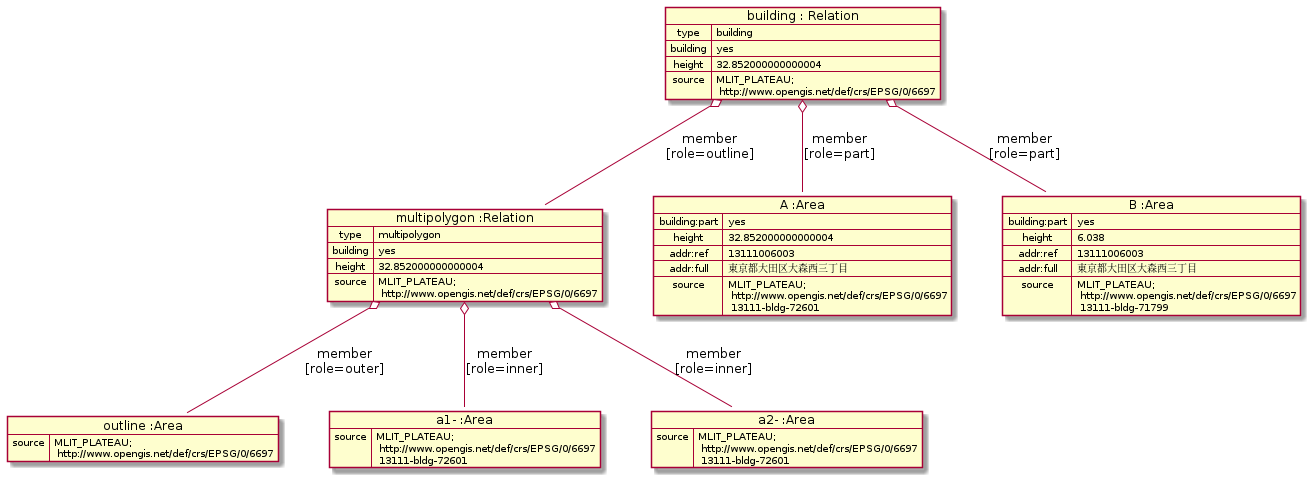
Earlier version of the PlantUML export doc/building/sample-d/sample-d-osm.pu.png (yuuhayashi/citygml-osm).
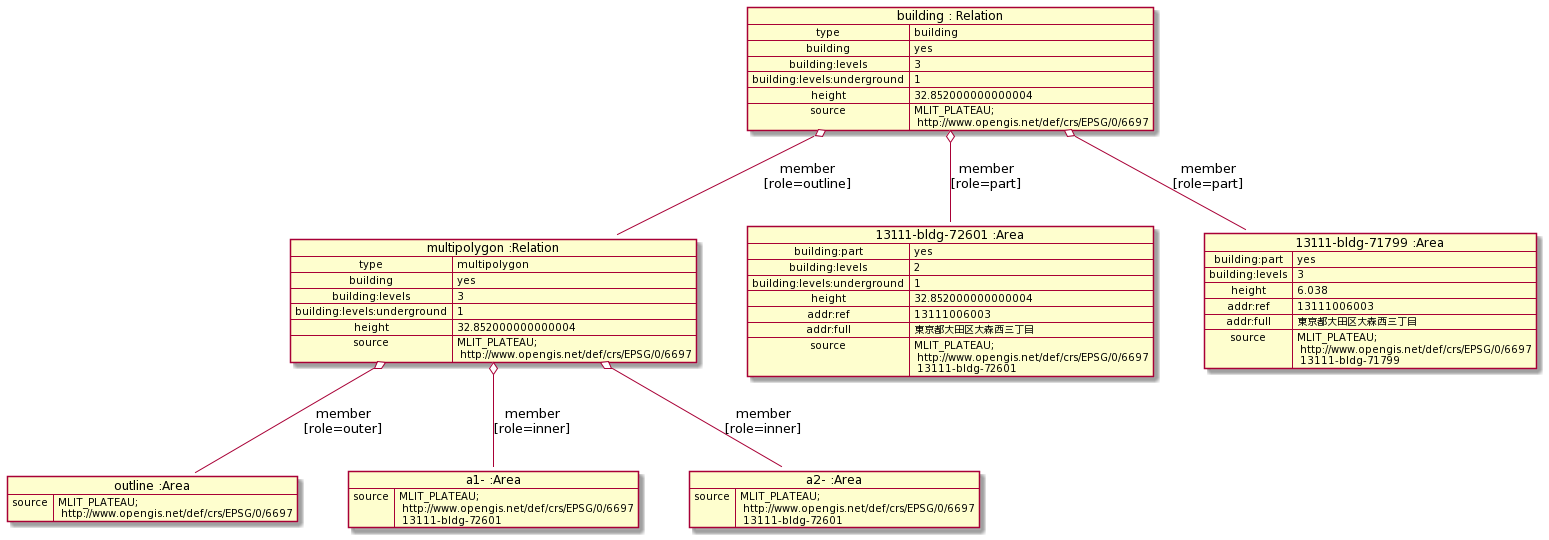
The same diagram one commit later.

Diff of the diagram source:
```diff
@@ -2,6 +2,8 @@
 map "building : Relation" as building {
  type => building
  building => yes
+ building:levels => 3
+ building:levels:underground => 1
  height => 32.852000000000004
  source => MLIT_PLATEAU;\n http://www.opengis.net/def/crs/EPSG/0/6697
 }
@@ -9,6 +11,8 @@
 map "multipolygon :Relation" as multipolygon {
  type => multipolygon
  building => yes
+ building:levels => 3
+ building:levels:underground => 1
  height => 32.852000000000004
  source => MLIT_PLATEAU;\n http://www.opengis.net/def/crs/EPSG/0/6697
 }
@@ -24,15 +28,18 @@
  source => MLIT_PLATEAU;\n http://www.opengis.net/def/crs/EPSG/0/6697\n 13111-bldg-72601
 }
 
-map "A :Area" as A {
+map "13111-bldg-72601 :Area" as A {
  building:part => yes
+ building:levels => 2
+ building:levels:underground => 1
  height => 32.852000000000004
  addr:ref => 13111006003
  addr:full => 東京都大田区大森西三丁目
  source => MLIT_PLATEAU;\n http://www.opengis.net/def/crs/EPSG/0/6697\n 13111-bldg-72601
 }
-map "B :Area" as B {
+map "13111-bldg-71799 :Area" as B {
  building:part => yes
+ building:levels => 3
  height => 6.038
  addr:ref => 13111006003
  addr:full => 東京都大田区大森西三丁目
```
